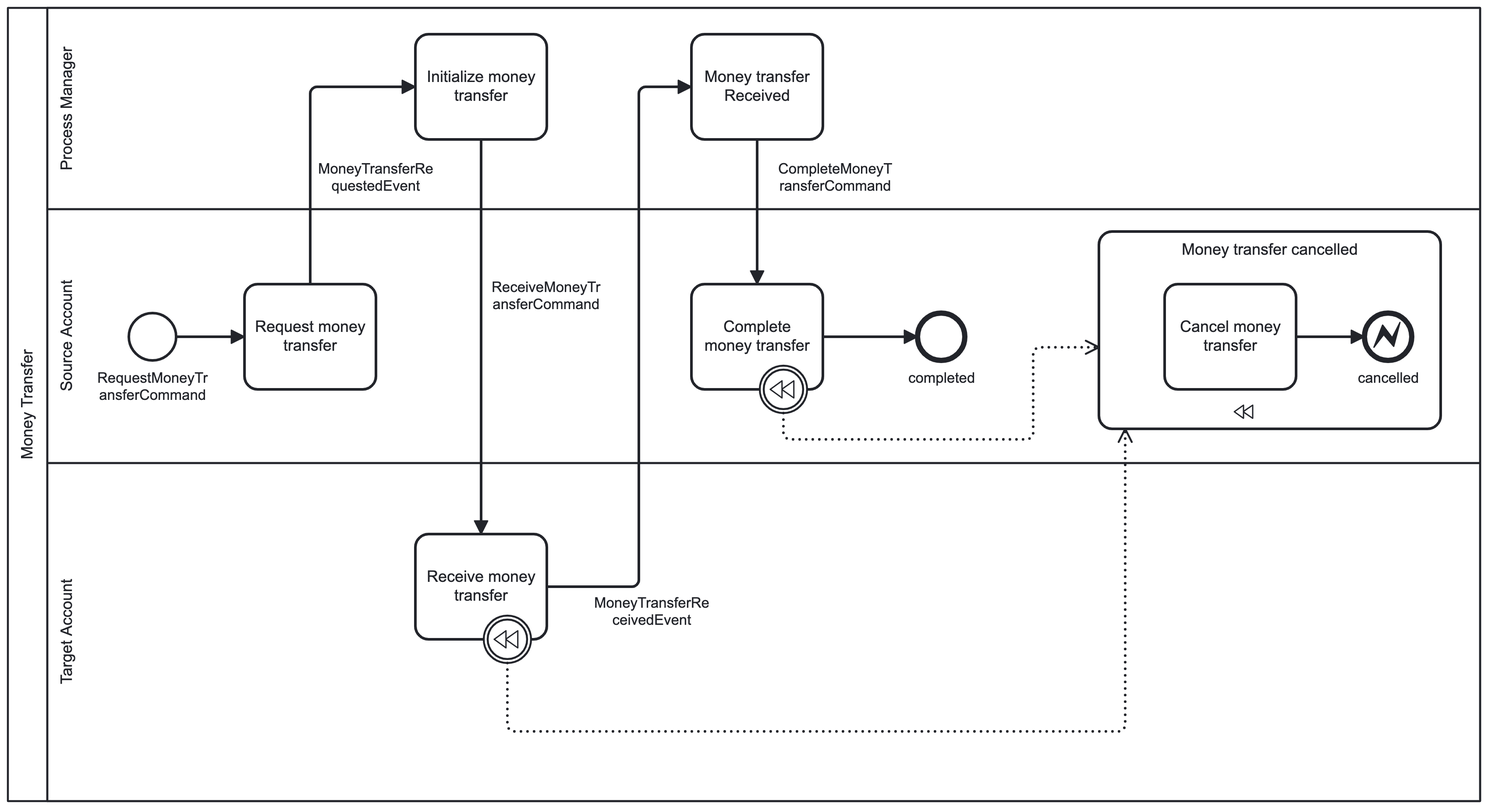
xmolecules/jmolecules-examples keeps this BPMN diagram as jmolecules-axon/03-onion-axon-cqrs-es-bank/documentation/context-mapper/money-transfer-saga.png. Above is the earlier version. Its source is kept beside it as jmolecules-axon/03-onion-axon-cqrs-es-bank/documentation/context-mapper/money-transfer-saga.bpmn. Ids are renumbered.
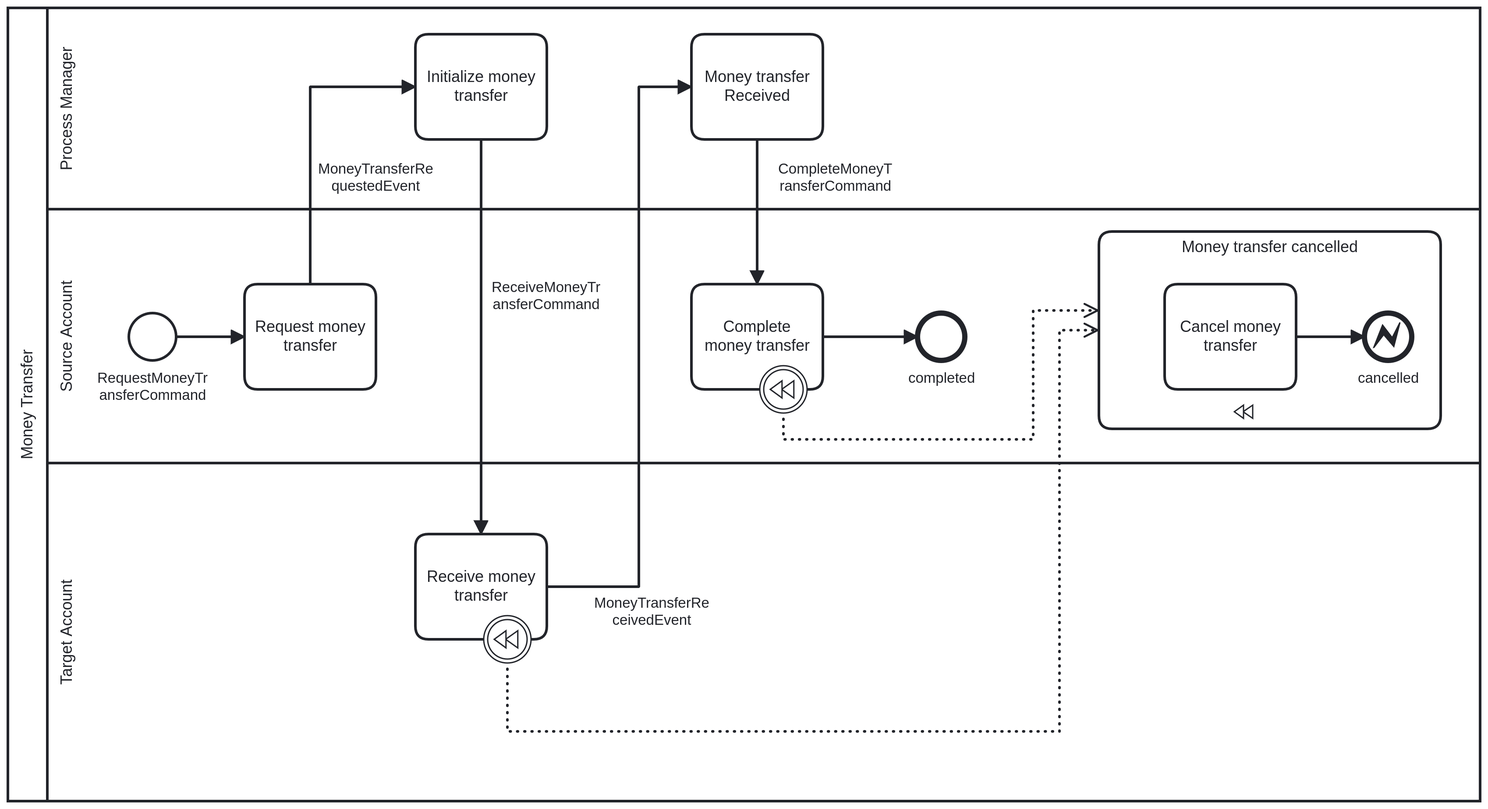
After the commit.

The edit, as a diff of the source:
```diff
@@ -1,4 +1,4 @@
-<bpmn:definitions xmlns:bpmn="http://www.omg.org/spec/BPMN/20100524/MODEL" xmlns:bpmndi="http://www.omg.org/spec/BPMN/20100524/DI" xmlns:dc="http://www.omg.org/spec/DD/20100524/DC" xmlns:di="http://www.omg.org/spec/DD/20100524/DI" xmlns:modeler="http://camunda.org/schema/modeler/1.0" id="Definitions_n1" targetNamespace="http://bpmn.io/schema/bpmn" exporter="Camunda Modeler" exporterVersion="5.9.0" modeler:executionPlatform="Camunda Platform" modeler:executionPlatformVersion="7.18.0">
+<bpmn:definitions xmlns:bpmn="http://www.omg.org/spec/BPMN/20100524/MODEL" xmlns:bpmndi="http://www.omg.org/spec/BPMN/20100524/DI" xmlns:dc="http://www.omg.org/spec/DD/20100524/DC" xmlns:di="http://www.omg.org/spec/DD/20100524/DI" xmlns:modeler="http://camunda.org/schema/modeler/1.0" id="Definitions_n1" targetNamespace="http://bpmn.io/schema/bpmn" exporter="Camunda Modeler" exporterVersion="5.7.0" modeler:executionPlatform="Camunda Platform" modeler:executionPlatformVersion="7.18.0">
   <bpmn:collaboration id="Collaboration_n2">
     <bpmn:participant id="Participant_n3" name="Money Transfer" processRef="Process_n4" />
   </bpmn:collaboration>
@@ -187,15 +187,16 @@
       <bpmndi:BPMNEdge id="Association_n30_di" bpmnElement="Association_n30">
         <di:waypoint x="540" y="578" />
         <di:waypoint x="540" y="630" />
-        <di:waypoint x="1010" y="630" />
-        <di:waypoint x="1010" y="400" />
+        <di:waypoint x="960" y="630" />
+        <di:waypoint x="960" y="325" />
+        <di:waypoint x="990" y="325" />
       </bpmndi:BPMNEdge>
       <bpmndi:BPMNEdge id="Association_n31_di" bpmnElement="Association_n31">
         <di:waypoint x="750" y="388" />
         <di:waypoint x="750" y="408" />
         <di:waypoint x="940" y="408" />
-        <di:waypoint x="940" y="338" />
-        <di:waypoint x="990" y="338" />
+        <di:waypoint x="940" y="310" />
+        <di:waypoint x="990" y="310" />
       </bpmndi:BPMNEdge>
     </bpmndi:BPMNPlane>
   </bpmndi:BPMNDiagram>
```
